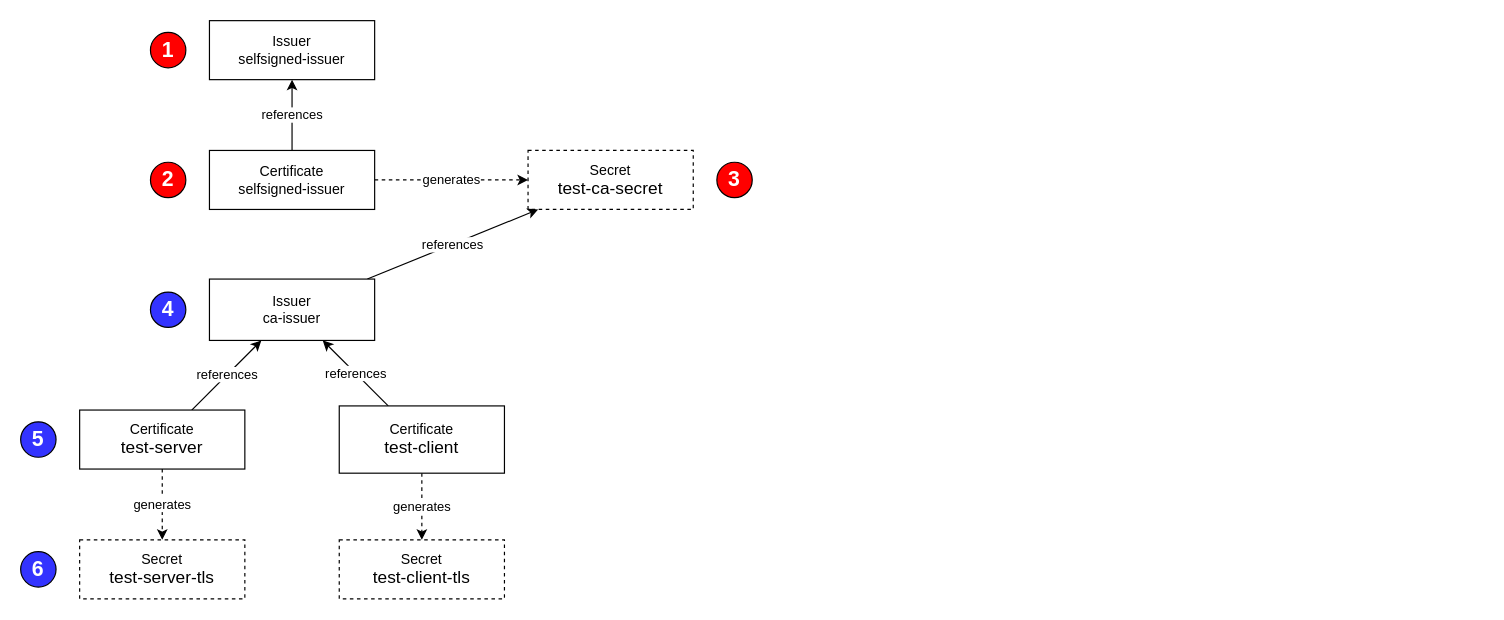
This is page "TLS" (6 of 16) of doc/design.drawio from ADesprets/cp4i-install, a draw.io file, before an edit. Source tidied: cells renumbered, new cells numbered last; positions are measured from the earlier drawing's top-left corner, leaving out a move shared by most shapes. Both pictures are drawn from the tidied source at 118%, with x=0, y=0 at pixel (20, 20).
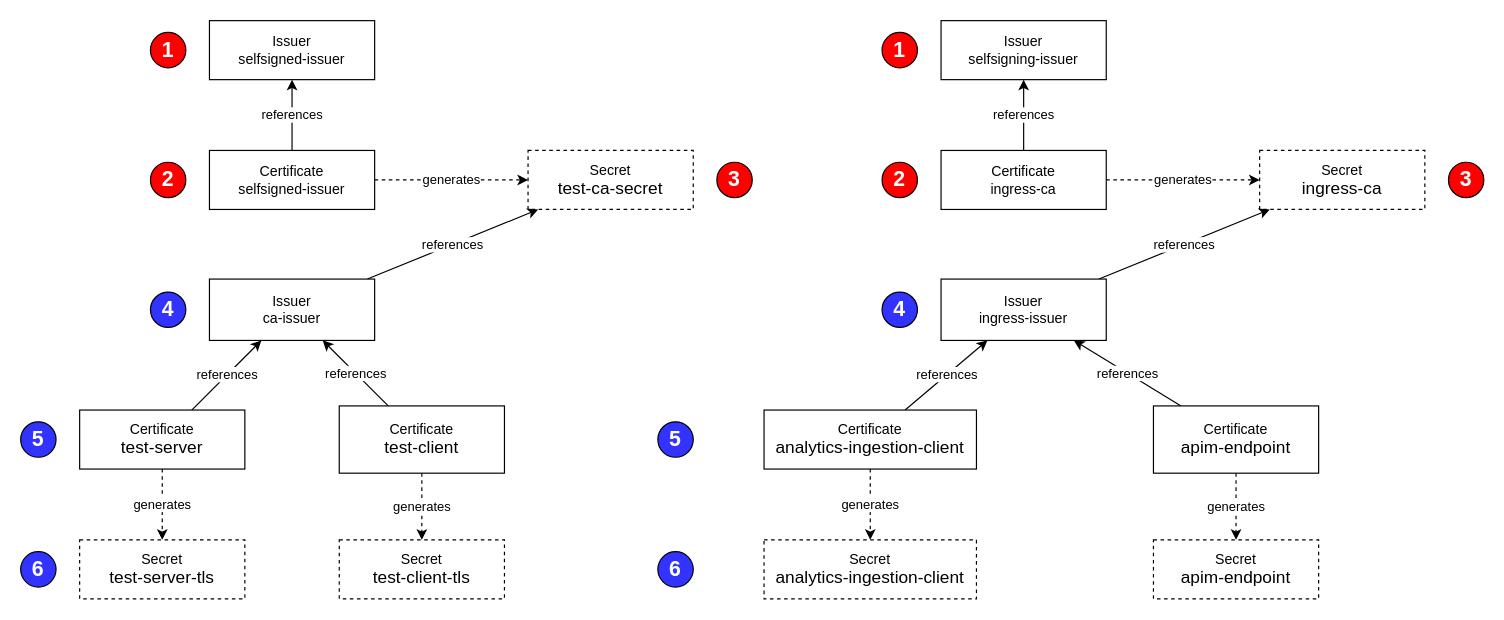
After the change.

What changed in the source:
```diff
@@
+    <mxCell id="23" value="&lt;font style=&quot;font-size: 12px;&quot;&gt;Issuer&lt;/font&gt;&lt;div style=&quot;&quot;&gt;&lt;span style=&quot;font-family: Aptos, sans-serif;&quot; lang=&quot;EN-US&quot;&gt;&lt;font style=&quot;font-size: 12px;&quot;&gt;selfsigning-issuer&lt;/font&gt;&lt;/span&gt;&lt;br&gt;&lt;/div&gt;" style="rounded=0;whiteSpace=wrap;html=1;" parent="1" vertex="1">
+      <mxGeometry x="780" width="140" height="50" as="geometry" />
+    </mxCell>
+    <mxCell id="24" value="&lt;font style=&quot;font-size: 12px;&quot;&gt;Secret&lt;/font&gt;&lt;div style=&quot;&quot;&gt;&lt;span style=&quot;font-size:11.0pt;line-height:&lt;br/&gt;107%;font-family:&amp;quot;Aptos&amp;quot;,sans-serif;mso-ascii-theme-font:minor-latin;&lt;br/&gt;mso-fareast-font-family:Aptos;mso-fareast-theme-font:minor-latin;mso-hansi-theme-font:&lt;br/&gt;minor-latin;mso-bidi-font-family:&amp;quot;Times New Roman&amp;quot;;mso-bidi-theme-font:minor-bidi;&lt;br/&gt;mso-ansi-language:EN-US;mso-fareast-language:EN-US;mso-bidi-language:AR-SA&quot; lang=&quot;EN-US&quot;&gt;ingress-ca&lt;/span&gt;&lt;br&gt;&lt;/div&gt;" style="rounded=0;whiteSpace=wrap;html=1;dashed=1;" parent="1" vertex="1">
+      <mxGeometry x="1050" y="110" width="140" height="50" as="geometry" />
+    </mxCell>
+    <mxCell id="25" value="references" style="edgeStyle=none;rounded=0;jettySize=auto;html=1;entryX=0.5;entryY=1;entryDx=0;entryDy=0;strokeColor=default;align=center;verticalAlign=middle;fontFamily=Helvetica;fontSize=11;fontColor=default;labelBackgroundColor=default;endArrow=classic;" parent="1" edge="1" source="27" target="23">
+      <mxGeometry relative="1" as="geometry" />
+    </mxCell>
+    <mxCell id="26" value="generates" style="edgeStyle=none;rounded=0;jettySize=auto;html=1;entryX=0;entryY=0.5;entryDx=0;entryDy=0;strokeColor=default;align=center;verticalAlign=middle;fontFamily=Helvetica;fontSize=11;fontColor=default;labelBackgroundColor=default;endArrow=classic;dashed=1;" parent="1" edge="1" source="27" target="24">
+      <mxGeometry relative="1" as="geometry" />
+    </mxCell>
+    <mxCell id="27" value="&lt;font style=&quot;font-size: 12px;&quot;&gt;Certificate&lt;/font&gt;&lt;div style=&quot;&quot;&gt;&lt;span style=&quot;font-family: Aptos, sans-serif;&quot; lang=&quot;EN-US&quot;&gt;&lt;font style=&quot;font-size: 12px;&quot;&gt;ingress-ca&lt;/font&gt;&lt;/span&gt;&lt;br&gt;&lt;/div&gt;" style="rounded=0;whiteSpace=wrap;html=1;" parent="1" vertex="1">
+      <mxGeometry x="780" y="110" width="140" height="50" as="geometry" />
+    </mxCell>
+    <mxCell id="28" value="references" style="rounded=0;jettySize=auto;html=1;" parent="1" edge="1" source="29" target="24">
+      <mxGeometry relative="1" as="geometry" />
+    </mxCell>
+    <mxCell id="29" value="&lt;font style=&quot;font-size: 12px;&quot;&gt;Issuer&lt;/font&gt;&lt;div style=&quot;&quot;&gt;&lt;span style=&quot;font-family: Aptos, sans-serif;&quot; lang=&quot;EN-US&quot;&gt;&lt;font style=&quot;font-size: 12px;&quot;&gt;ingress-issuer&lt;/font&gt;&lt;/span&gt;&lt;br&gt;&lt;/div&gt;" style="rounded=0;whiteSpace=wrap;html=1;" parent="1" vertex="1">
+      <mxGeometry x="780" y="219" width="140" height="52" as="geometry" />
+    </mxCell>
+    <mxCell id="30" value="references" style="edgeStyle=none;rounded=0;jettySize=auto;html=1;strokeColor=default;align=center;verticalAlign=middle;fontFamily=Helvetica;fontSize=11;fontColor=default;labelBackgroundColor=default;endArrow=classic;" parent="1" edge="1" source="32" target="29">
+      <mxGeometry relative="1" as="geometry" />
+    </mxCell>
+    <mxCell id="31" value="generates" style="edgeStyle=none;rounded=0;jettySize=auto;html=1;entryX=0.5;entryY=0;entryDx=0;entryDy=0;strokeColor=default;align=center;verticalAlign=middle;fontFamily=Helvetica;fontSize=11;fontColor=default;labelBackgroundColor=default;endArrow=classic;dashed=1;" parent="1" edge="1" source="32" target="33">
+      <mxGeometry relative="1" as="geometry" />
+    </mxCell>
+    <mxCell id="32" value="&lt;font style=&quot;font-size: 12px;&quot;&gt;Certificate&lt;/font&gt;&lt;div style=&quot;&quot;&gt;&lt;span style=&quot;font-size:11.0pt;line-height:&lt;br/&gt;107%;font-family:&amp;quot;Aptos&amp;quot;,sans-serif;mso-ascii-theme-font:minor-latin;&lt;br/&gt;mso-fareast-font-family:Aptos;mso-fareast-theme-font:minor-latin;mso-hansi-theme-font:&lt;br/&gt;minor-latin;mso-bidi-font-family:&amp;quot;Times New Roman&amp;quot;;mso-bidi-theme-font:minor-bidi;&lt;br/&gt;mso-ansi-language:EN-US;mso-fareast-language:EN-US;mso-bidi-language:AR-SA&quot; lang=&quot;EN-US&quot;&gt;analytics-ingestion-client&lt;/span&gt;&lt;br&gt;&lt;/div&gt;" style="rounded=0;whiteSpace=wrap;html=1;" parent="1" vertex="1">
+      <mxGeometry x="630" y="330" width="180" height="50" as="geometry" />
+    </mxCell>
+    <mxCell id="33" value="&lt;font style=&quot;font-size: 12px;&quot;&gt;Secret&lt;/font&gt;&lt;div style=&quot;&quot;&gt;&lt;span style=&quot;font-family: Aptos, sans-serif; font-size: 14.6667px;&quot;&gt;analytics-ingestion-client&lt;/span&gt;&lt;/div&gt;" style="rounded=0;whiteSpace=wrap;html=1;dashed=1;" parent="1" vertex="1">
+      <mxGeometry x="630" y="440" width="180" height="50" as="geometry" />
+    </mxCell>
+    <mxCell id="34" value="&lt;font style=&quot;font-size: 12px;&quot;&gt;Secret&lt;/font&gt;&lt;div style=&quot;&quot;&gt;&lt;font face=&quot;Aptos, sans-serif&quot;&gt;&lt;span style=&quot;font-size: 14.6667px;&quot;&gt;apim-endpoint&lt;/span&gt;&lt;/font&gt;&lt;/div&gt;" style="rounded=0;whiteSpace=wrap;html=1;dashed=1;" parent="1" vertex="1">
+      <mxGeometry x="960" y="440" width="140" height="50" as="geometry" />
+    </mxCell>
+    <mxCell id="35" value="references" style="edgeStyle=none;rounded=0;jettySize=auto;html=1;strokeColor=default;align=center;verticalAlign=middle;fontFamily=Helvetica;fontSize=11;fontColor=default;labelBackgroundColor=default;endArrow=classic;" parent="1" edge="1" source="37" target="29">
+      <mxGeometry relative="1" as="geometry" />
+    </mxCell>
+    <mxCell id="36" value="generates" style="edgeStyle=none;rounded=0;jettySize=auto;html=1;entryX=0.5;entryY=0;entryDx=0;entryDy=0;strokeColor=default;align=center;verticalAlign=middle;fontFamily=Helvetica;fontSize=11;fontColor=default;labelBackgroundColor=default;endArrow=classic;dashed=1;" parent="1" edge="1" source="37" target="34">
+      <mxGeometry relative="1" as="geometry" />
+    </mxCell>
+    <mxCell id="37" value="&lt;font style=&quot;font-size: 12px;&quot;&gt;Certificate&lt;/font&gt;&lt;div style=&quot;&quot;&gt;&lt;span style=&quot;font-size:11.0pt;line-height:&lt;br/&gt;107%;font-family:&amp;quot;Aptos&amp;quot;,sans-serif;mso-ascii-theme-font:minor-latin;&lt;br/&gt;mso-fareast-font-family:Aptos;mso-fareast-theme-font:minor-latin;mso-hansi-theme-font:&lt;br/&gt;minor-latin;mso-bidi-font-family:&amp;quot;Times New Roman&amp;quot;;mso-bidi-theme-font:minor-bidi;&lt;br/&gt;mso-ansi-language:EN-US;mso-fareast-language:EN-US;mso-bidi-language:AR-SA&quot; lang=&quot;EN-US&quot;&gt;apim-endpoint&lt;/span&gt;&lt;br&gt;&lt;/div&gt;" style="rounded=0;whiteSpace=wrap;html=1;" parent="1" vertex="1">
+      <mxGeometry x="960" y="326.5" width="140" height="57" as="geometry" />
+    </mxCell>
+    <mxCell id="38" value="1" style="ellipse;whiteSpace=wrap;html=1;fontFamily=Helvetica;fontSize=18;labelBackgroundColor=none;fontStyle=1;fillColor=#FF0000;strokeColor=#000000;fontColor=#FFFFFF;" parent="1" vertex="1">
+      <mxGeometry x="730" y="10" width="30" height="30" as="geometry" />
+    </mxCell>
+    <mxCell id="39" value="2" style="ellipse;whiteSpace=wrap;html=1;fontFamily=Helvetica;fontSize=18;labelBackgroundColor=none;fontStyle=1;fillColor=#FF0000;strokeColor=#000000;fontColor=#FFFFFF;" parent="1" vertex="1">
+      <mxGeometry x="730" y="120" width="30" height="30" as="geometry" />
+    </mxCell>
+    <mxCell id="40" value="3" style="ellipse;whiteSpace=wrap;html=1;fontFamily=Helvetica;fontSize=18;labelBackgroundColor=none;fontStyle=1;fillColor=#FF0000;strokeColor=#000000;fontColor=#FFFFFF;" parent="1" vertex="1">
+      <mxGeometry x="1210" y="120" width="30" height="30" as="geometry" />
+    </mxCell>
+    <mxCell id="41" value="4" style="ellipse;whiteSpace=wrap;html=1;fontFamily=Helvetica;fontSize=18;labelBackgroundColor=none;fontStyle=1;fillColor=#3333FF;strokeColor=#000000;fontColor=#FFFFFF;" parent="1" vertex="1">
+      <mxGeometry x="730" y="230" width="30" height="30" as="geometry" />
+    </mxCell>
+    <mxCell id="42" value="5" style="ellipse;whiteSpace=wrap;html=1;fontFamily=Helvetica;fontSize=18;labelBackgroundColor=none;fontStyle=1;fillColor=#3333FF;strokeColor=#000000;fontColor=#FFFFFF;" parent="1" vertex="1">
+      <mxGeometry x="540" y="340" width="30" height="30" as="geometry" />
+    </mxCell>
+    <mxCell id="43" value="6" style="ellipse;whiteSpace=wrap;html=1;fontFamily=Helvetica;fontSize=18;labelBackgroundColor=none;fontStyle=1;fillColor=#3333FF;strokeColor=#000000;fontColor=#FFFFFF;" parent="1" vertex="1">
+      <mxGeometry x="540" y="450" width="30" height="30" as="geometry" />
+    </mxCell>
```
